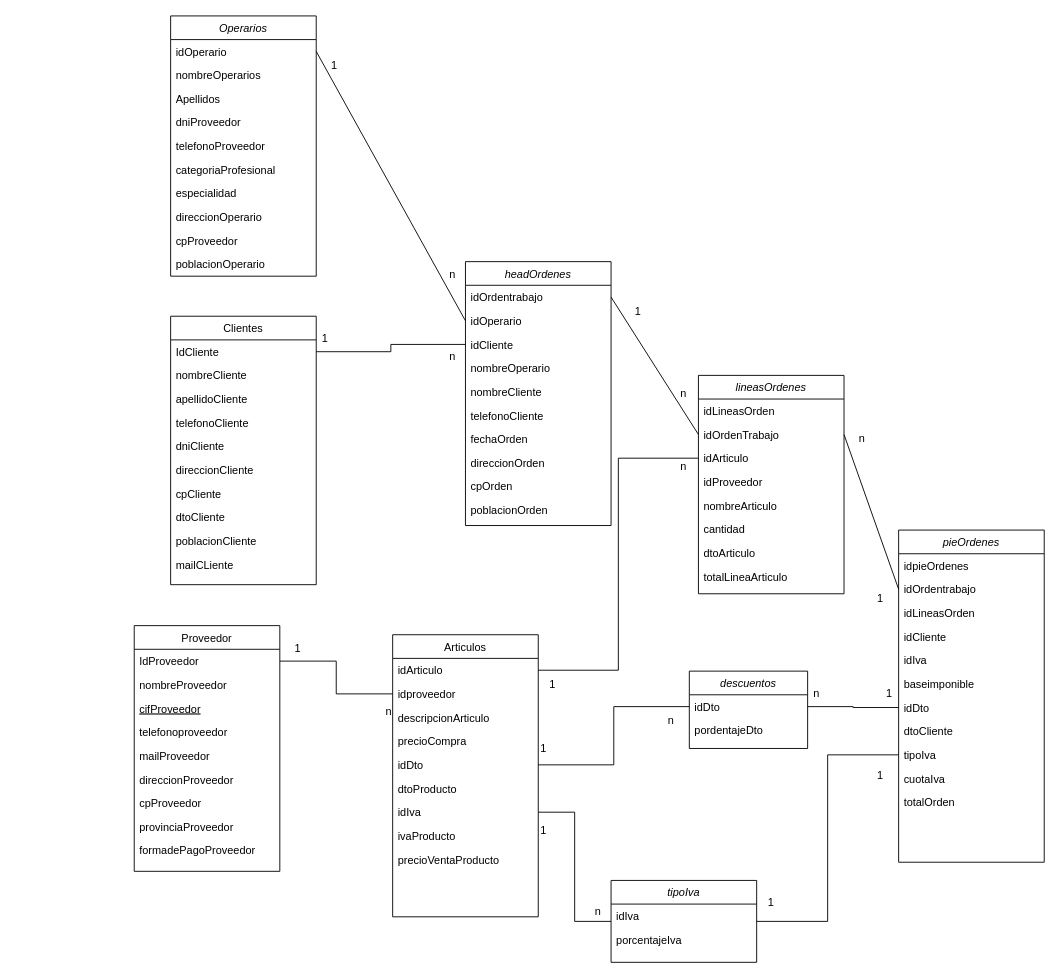
This is Mi_UML_INREMO.drawio from Shmarte1970/drawIO, a draw.io file, before an edit. Source tidied: cells renumbered, new cells numbered last; positions are measured from the earlier drawing's top-left corner, leaving out a move shared by most shapes. Both pictures are drawn from the tidied source at 91%, with x=0, y=0 at pixel (134, 15).
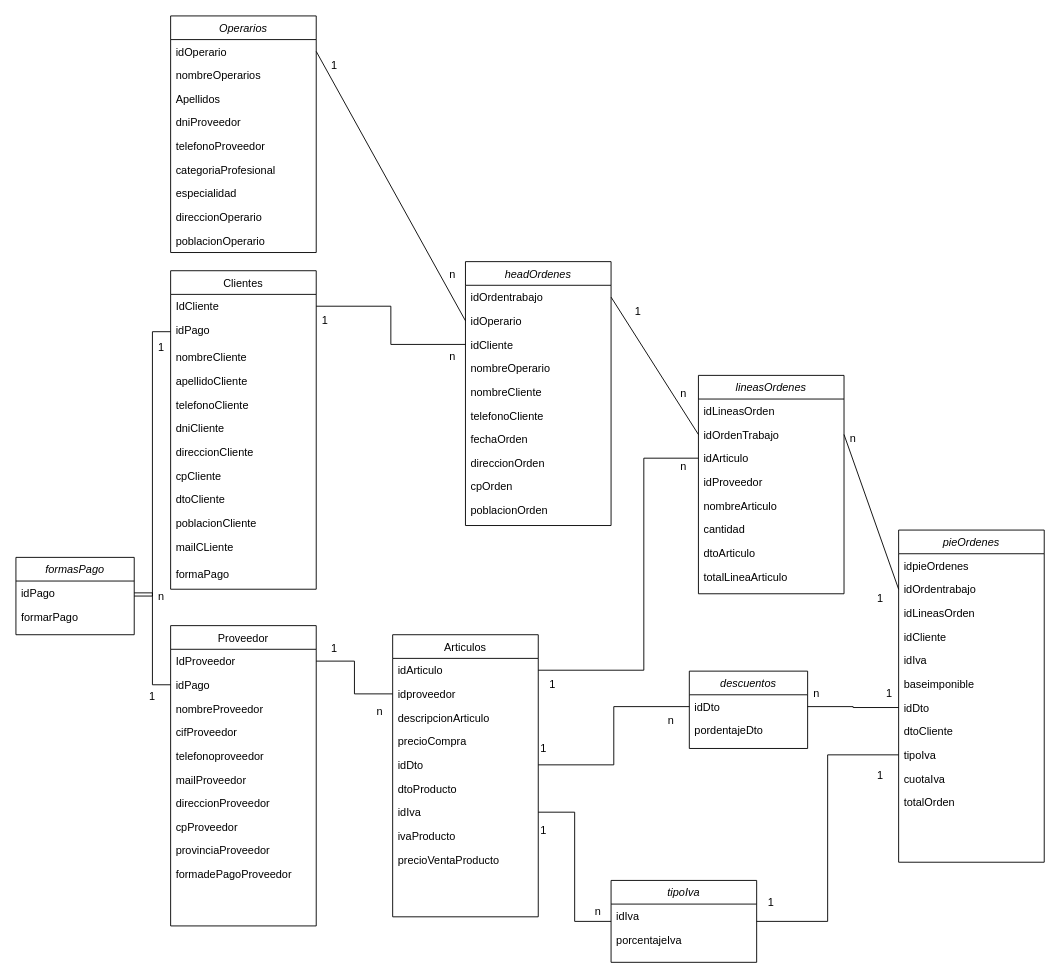
The same page after the edit.

Unchanged cells that the change refers to:
```xml
<mxCell id="24" value="idArticulo" style="text;align=left;verticalAlign=top;spacingLeft=4;spacingRight=4;overflow=hidden;points=[[0,0.5],[1,0.5]];portConstraint=eastwest;" parent="23" vertex="1">
  <mxGeometry y="26" width="160" height="26" as="geometry" />
</mxCell>
<mxCell id="58" value="idArticulo" style="text;align=left;verticalAlign=top;spacingLeft=4;spacingRight=4;overflow=hidden;points=[[0,0.5],[1,0.5]];portConstraint=eastwest;" parent="55" vertex="1">
  <mxGeometry y="78" width="160" height="26" as="geometry" />
</mxCell>
```

Change to the diagram source:
```diff
@@
     <mxCell id="2" value="Operarios" style="swimlane;fontStyle=2;align=center;verticalAlign=top;horizontal=1;startSize=26;rounded=0;shadow=0;strokeWidth=1;" parent="1" vertex="1">
-      <mxGeometry x="40" width="160" height="286" as="geometry" />
+      <mxGeometry x="40" width="160" height="260" as="geometry" />
     </mxCell>
@@
-    <mxCell id="11" value="cpProveedor" style="text;align=left;verticalAlign=top;spacingLeft=4;spacingRight=4;overflow=hidden;" parent="2" vertex="1">
-      <mxGeometry y="234" width="160" height="26" as="geometry" />
-    </mxCell>
     <mxCell id="12" value="poblacionOperario" style="text;align=left;verticalAlign=top;spacingLeft=4;spacingRight=4;overflow=hidden;" parent="2" vertex="1">
-      <mxGeometry y="260" width="160" height="26" as="geometry" />
+      <mxGeometry y="234" width="160" height="26" as="geometry" />
     </mxCell>
     <mxCell id="13" value="Proveedor" style="swimlane;fontStyle=0;align=center;verticalAlign=top;horizontal=1;startSize=26;rounded=0;shadow=0;strokeWidth=1;" parent="1" vertex="1">
-      <mxGeometry y="670" width="160" height="270" as="geometry" />
+      <mxGeometry x="40" y="670" width="160" height="330" as="geometry" />
     </mxCell>
@@
+    <mxCell id="112" value="idPago" style="text;align=left;verticalAlign=top;spacingLeft=4;spacingRight=4;overflow=hidden;points=[[0,0.5],[1,0.5]];portConstraint=eastwest;" parent="13" vertex="1">
+      <mxGeometry y="52" width="160" height="26" as="geometry" />
+    </mxCell>
     <mxCell id="15" value="nombreProveedor" style="text;align=left;verticalAlign=top;spacingLeft=4;spacingRight=4;overflow=hidden;rounded=0;shadow=0;html=0;" parent="13" vertex="1">
-      <mxGeometry y="52" width="160" height="26" as="geometry" />
+      <mxGeometry y="78" width="160" height="26" as="geometry" />
     </mxCell>
-    <mxCell id="16" value="cifProveedor" style="text;align=left;verticalAlign=top;spacingLeft=4;spacingRight=4;overflow=hidden;fontStyle=4;" parent="13" vertex="1">
-      <mxGeometry y="78" width="160" height="26" as="geometry" />
+    <mxCell id="16" value="cifProveedor" style="text;align=left;verticalAlign=top;spacingLeft=4;spacingRight=4;overflow=hidden;fontStyle=0;" parent="13" vertex="1">
+      <mxGeometry y="104" width="160" height="26" as="geometry" />
     </mxCell>
     <mxCell id="17" value="telefonoproveedor" style="text;align=left;verticalAlign=top;spacingLeft=4;spacingRight=4;overflow=hidden;" parent="13" vertex="1">
-      <mxGeometry y="104" width="160" height="26" as="geometry" />
+      <mxGeometry y="130" width="160" height="26" as="geometry" />
     </mxCell>
     <mxCell id="18" value="mailProveedor" style="text;align=left;verticalAlign=top;spacingLeft=4;spacingRight=4;overflow=hidden;" parent="13" vertex="1">
-      <mxGeometry y="130" width="160" height="26" as="geometry" />
+      <mxGeometry y="156" width="160" height="26" as="geometry" />
     </mxCell>
     <mxCell id="19" value="direccionProveedor" style="text;align=left;verticalAlign=top;spacingLeft=4;spacingRight=4;overflow=hidden;" parent="13" vertex="1">
-      <mxGeometry y="156" width="160" height="26" as="geometry" />
+      <mxGeometry y="182" width="160" height="26" as="geometry" />
     </mxCell>
     <mxCell id="20" value="cpProveedor" style="text;align=left;verticalAlign=top;spacingLeft=4;spacingRight=4;overflow=hidden;" parent="13" vertex="1">
-      <mxGeometry y="182" width="160" height="26" as="geometry" />
+      <mxGeometry y="208" width="160" height="26" as="geometry" />
     </mxCell>
     <mxCell id="21" value="provinciaProveedor" style="text;align=left;verticalAlign=top;spacingLeft=4;spacingRight=4;overflow=hidden;" parent="13" vertex="1">
-      <mxGeometry y="208" width="160" height="26" as="geometry" />
+      <mxGeometry y="234" width="160" height="26" as="geometry" />
     </mxCell>
     <mxCell id="22" value="formadePagoProveedor" style="text;align=left;verticalAlign=top;spacingLeft=4;spacingRight=4;overflow=hidden;" parent="13" vertex="1">
-      <mxGeometry y="234" width="160" height="26" as="geometry" />
+      <mxGeometry y="260" width="160" height="56" as="geometry" />
     </mxCell>
@@
     <mxCell id="33" value="Clientes&#10;" style="swimlane;fontStyle=0;align=center;verticalAlign=top;horizontal=1;startSize=26;rounded=0;shadow=0;strokeWidth=1;" parent="1" vertex="1">
-      <mxGeometry x="40" y="330" width="160" height="295" as="geometry" />
+      <mxGeometry x="40" y="280" width="160" height="350" as="geometry" />
     </mxCell>
@@
+    <mxCell id="113" value="idPago" style="text;align=left;verticalAlign=top;spacingLeft=4;spacingRight=4;overflow=hidden;points=[[0,0.5],[1,0.5]];portConstraint=eastwest;" parent="33" vertex="1">
+      <mxGeometry y="52" width="160" height="30" as="geometry" />
+    </mxCell>
     <mxCell id="35" value="nombreCliente" style="text;align=left;verticalAlign=top;spacingLeft=4;spacingRight=4;overflow=hidden;rounded=0;shadow=0;html=0;" parent="33" vertex="1">
-      <mxGeometry y="52" width="160" height="26" as="geometry" />
+      <mxGeometry y="82" width="160" height="26" as="geometry" />
     </mxCell>
     <mxCell id="36" value="apellidoCliente" style="text;align=left;verticalAlign=top;spacingLeft=4;spacingRight=4;overflow=hidden;rounded=0;shadow=0;html=0;" parent="33" vertex="1">
-      <mxGeometry y="78" width="160" height="26" as="geometry" />
+      <mxGeometry y="108" width="160" height="26" as="geometry" />
     </mxCell>
     <mxCell id="37" value="telefonoCliente" style="text;align=left;verticalAlign=top;spacingLeft=4;spacingRight=4;overflow=hidden;" parent="33" vertex="1">
-      <mxGeometry y="104" width="160" height="26" as="geometry" />
+      <mxGeometry y="134" width="160" height="26" as="geometry" />
     </mxCell>
     <mxCell id="38" value="dniCliente" style="text;align=left;verticalAlign=top;spacingLeft=4;spacingRight=4;overflow=hidden;" parent="33" vertex="1">
-      <mxGeometry y="130" width="160" height="26" as="geometry" />
+      <mxGeometry y="160" width="160" height="26" as="geometry" />
     </mxCell>
     <mxCell id="39" value="direccionCliente" style="text;align=left;verticalAlign=top;spacingLeft=4;spacingRight=4;overflow=hidden;rounded=0;shadow=0;html=0;" parent="33" vertex="1">
-      <mxGeometry y="156" width="160" height="26" as="geometry" />
+      <mxGeometry y="186" width="160" height="26" as="geometry" />
     </mxCell>
     <mxCell id="40" value="cpCliente" style="text;align=left;verticalAlign=top;spacingLeft=4;spacingRight=4;overflow=hidden;rounded=0;shadow=0;html=0;" parent="33" vertex="1">
-      <mxGeometry y="182" width="160" height="26" as="geometry" />
+      <mxGeometry y="212" width="160" height="26" as="geometry" />
     </mxCell>
     <mxCell id="41" value="dtoCliente" style="text;align=left;verticalAlign=top;spacingLeft=4;spacingRight=4;overflow=hidden;" parent="33" vertex="1">
-      <mxGeometry y="208" width="160" height="26" as="geometry" />
+      <mxGeometry y="238" width="160" height="26" as="geometry" />
     </mxCell>
     <mxCell id="42" value="poblacionCliente" style="text;align=left;verticalAlign=top;spacingLeft=4;spacingRight=4;overflow=hidden;" parent="33" vertex="1">
-      <mxGeometry y="234" width="160" height="26" as="geometry" />
+      <mxGeometry y="264" width="160" height="26" as="geometry" />
     </mxCell>
     <mxCell id="43" value="mailCLiente" style="text;align=left;verticalAlign=top;spacingLeft=4;spacingRight=4;overflow=hidden;" parent="33" vertex="1">
-      <mxGeometry y="260" width="160" height="26" as="geometry" />
+      <mxGeometry y="290" width="160" height="30" as="geometry" />
     </mxCell>
+    <mxCell id="114" value="formaPago" style="text;align=left;verticalAlign=top;spacingLeft=4;spacingRight=4;overflow=hidden;" parent="33" vertex="1">
+      <mxGeometry y="320" width="160" height="30" as="geometry" />
+    </mxCell>
@@
     <mxCell id="88" value="n" style="text;html=1;strokeColor=none;fillColor=none;align=center;verticalAlign=middle;whiteSpace=wrap;rounded=0;" parent="1" vertex="1">
-      <mxGeometry x="770" y="450" width="60" height="30" as="geometry" />
+      <mxGeometry x="760" y="450" width="60" height="30" as="geometry" />
     </mxCell>
@@
     <mxCell id="93" style="edgeStyle=orthogonalEdgeStyle;rounded=0;jettySize=auto;html=1;exitX=1;exitY=0.5;exitDx=0;exitDy=0;entryX=0;entryY=0.5;entryDx=0;entryDy=0;endArrow=none;endFill=0;" parent="1" edge="1" source="24" target="58">
-      <mxGeometry relative="1" as="geometry" />
+      <mxGeometry relative="1" as="geometry">
+        <Array as="points">
+          <mxPoint x="560" y="719" />
+          <mxPoint x="560" y="486" />
+        </Array>
+      </mxGeometry>
     </mxCell>
@@
     <mxCell id="97" value="1" style="text;html=1;strokeColor=none;fillColor=none;align=center;verticalAlign=middle;whiteSpace=wrap;rounded=0;" parent="1" vertex="1">
-      <mxGeometry x="150" y="680" width="60" height="30" as="geometry" />
+      <mxGeometry x="190" y="680" width="60" height="30" as="geometry" />
     </mxCell>
     <mxCell id="98" value="n" style="text;html=1;strokeColor=none;fillColor=none;align=center;verticalAlign=middle;whiteSpace=wrap;rounded=0;" parent="1" vertex="1">
-      <mxGeometry x="250" y="750" width="60" height="30" as="geometry" />
+      <mxGeometry x="240" y="750" width="60" height="30" as="geometry" />
     </mxCell>
@@
     <mxCell id="110" value="1" style="text;html=1;strokeColor=none;fillColor=none;align=center;verticalAlign=middle;whiteSpace=wrap;rounded=0;" parent="1" vertex="1">
-      <mxGeometry x="180" y="340" width="60" height="30" as="geometry" />
+      <mxGeometry x="180" y="320" width="60" height="30" as="geometry" />
     </mxCell>
@@
+    <mxCell id="115" style="edgeStyle=orthogonalEdgeStyle;rounded=0;jettySize=auto;html=1;exitX=1;exitY=0.5;exitDx=0;exitDy=0;endArrow=none;endFill=0;" parent="1" edge="1" source="116" target="113">
+      <mxGeometry relative="1" as="geometry" />
+    </mxCell>
+    <mxCell id="116" value="formasPago" style="swimlane;fontStyle=2;align=center;verticalAlign=top;horizontal=1;startSize=26;rounded=0;shadow=0;strokeWidth=1;" parent="1" vertex="1">
+      <mxGeometry x="-130" y="595" width="130" height="85" as="geometry" />
+    </mxCell>
+    <mxCell id="117" value="idPago" style="text;align=left;verticalAlign=top;spacingLeft=4;spacingRight=4;overflow=hidden;points=[[0,0.5],[1,0.5]];portConstraint=eastwest;rounded=0;shadow=0;html=0;" parent="116" vertex="1">
+      <mxGeometry y="26" width="130" height="26" as="geometry" />
+    </mxCell>
+    <mxCell id="118" value="formarPago" style="text;align=left;verticalAlign=top;spacingLeft=4;spacingRight=4;overflow=hidden;" parent="116" vertex="1">
+      <mxGeometry y="52" width="130" height="26" as="geometry" />
+    </mxCell>
+    <mxCell id="119" style="edgeStyle=orthogonalEdgeStyle;rounded=0;jettySize=auto;html=1;exitX=1;exitY=0.5;exitDx=0;exitDy=0;endArrow=none;endFill=0;" parent="1" edge="1" source="117" target="112">
+      <mxGeometry relative="1" as="geometry" />
+    </mxCell>
+    <mxCell id="120" value="1" style="text;html=1;strokeColor=none;fillColor=none;align=center;verticalAlign=middle;whiteSpace=wrap;rounded=0;" parent="1" vertex="1">
+      <mxGeometry x="-10" y="732.5" width="60" height="30" as="geometry" />
+    </mxCell>
+    <mxCell id="121" value="1" style="text;html=1;strokeColor=none;fillColor=none;align=center;verticalAlign=middle;whiteSpace=wrap;rounded=0;" parent="1" vertex="1">
+      <mxGeometry y="350" width="60" height="30" as="geometry" />
+    </mxCell>
+    <mxCell id="122" value="n" style="text;html=1;strokeColor=none;fillColor=none;align=center;verticalAlign=middle;whiteSpace=wrap;rounded=0;" parent="1" vertex="1">
+      <mxGeometry y="622.5" width="60" height="30" as="geometry" />
+    </mxCell>
```
